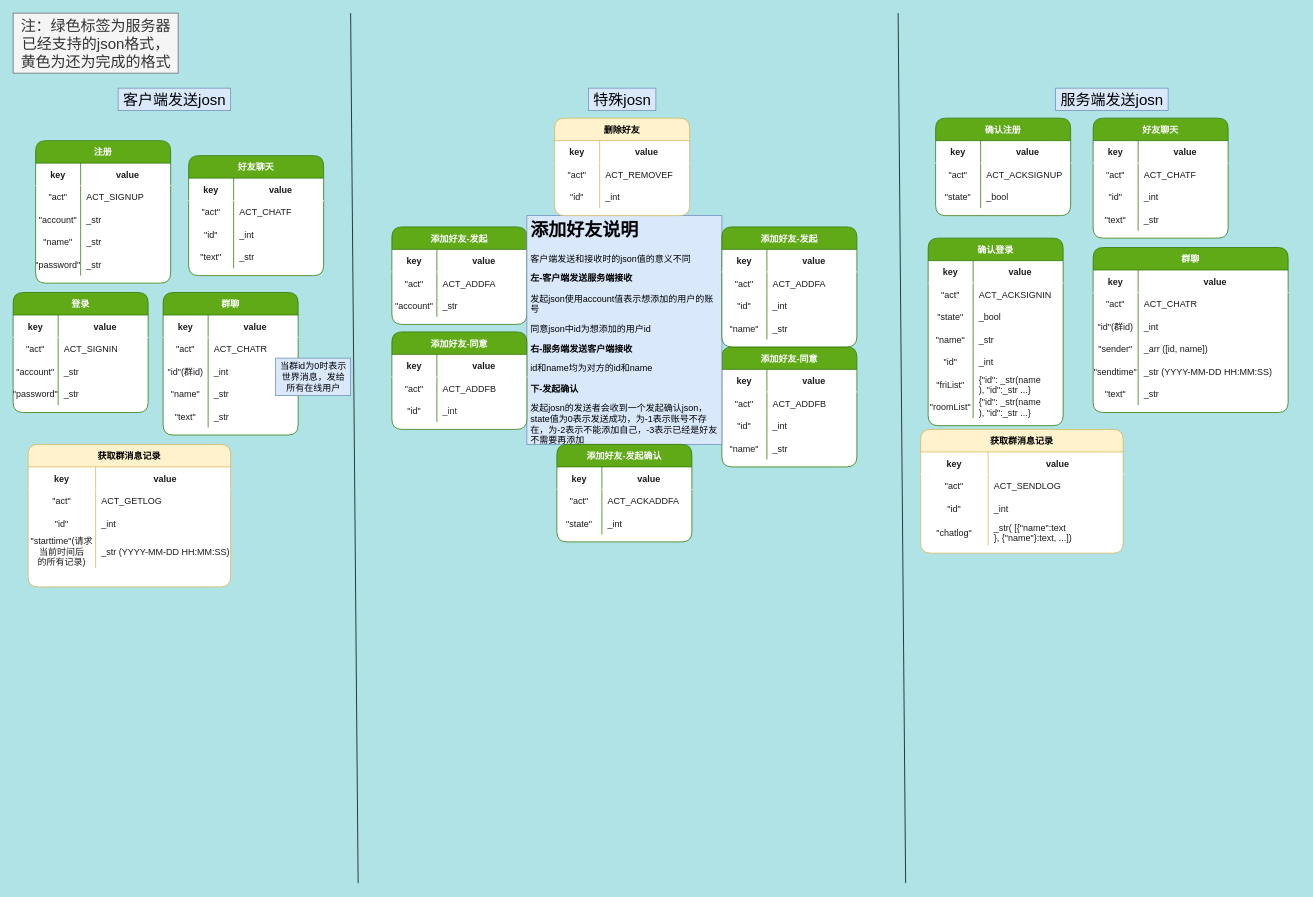
Before: json类型约定.drawio in leo-zhang-git/Gchatpro-file, a draw.io diagram. Source tidied: cells renumbered, new cells numbered last; positions are measured from the earlier drawing's top-left corner, leaving out a move shared by most shapes. Both pictures are drawn from the tidied source at 75%, with x=0, y=0 at pixel (13, 13).
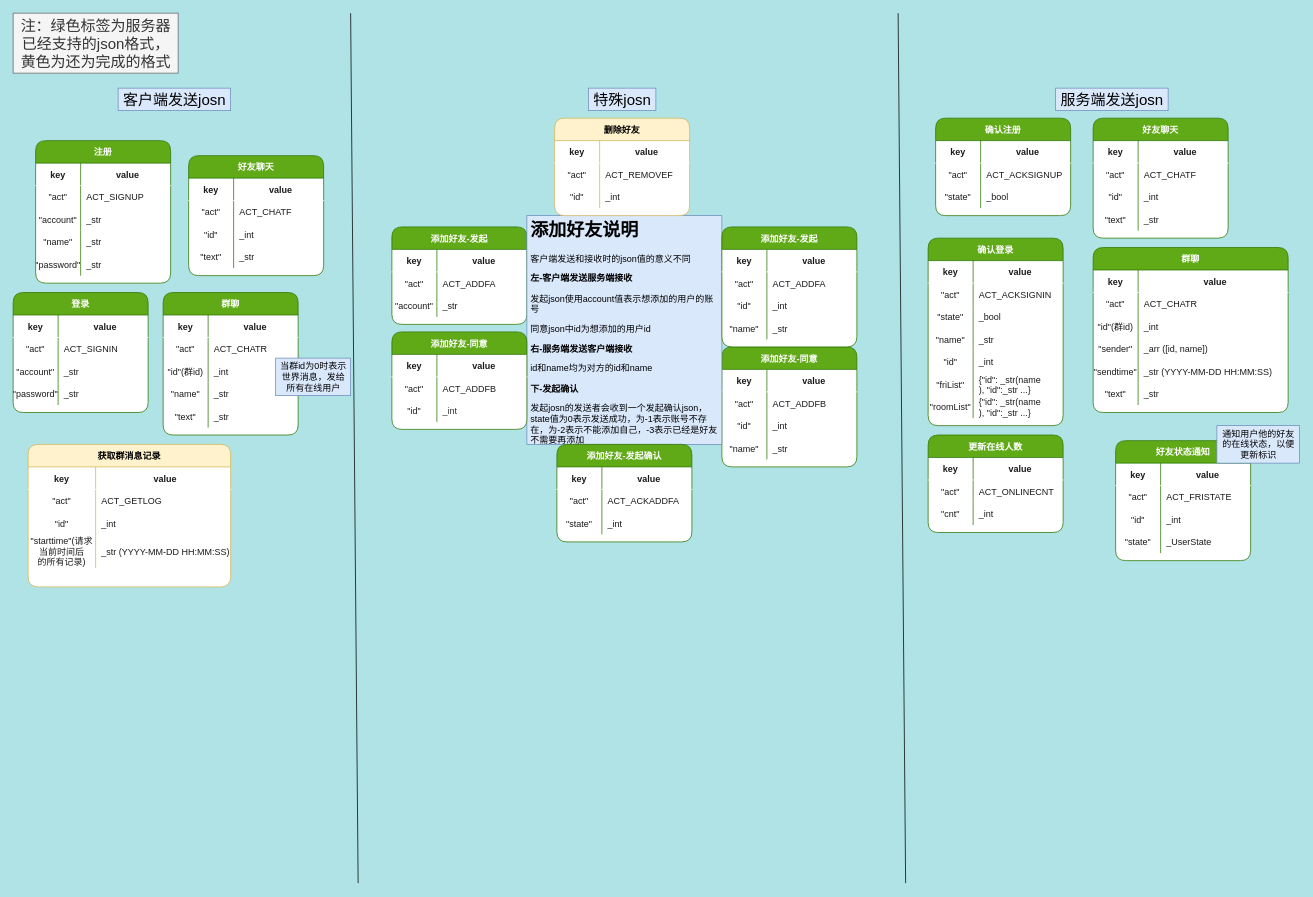
The same page after the edit.

Commit message (it also covers changes not shown here):
添加json在线状态、在线人数

What changed in the source:
```diff
@@
-    <mxCell id="210" value="获取群消息记录" style="shape=table;startSize=30;childLayout=tableLayout;rowLines=0;fontStyle=1;align=center;rounded=1;shadow=0;fillColor=#fff2cc;strokeColor=#d6b656;flipH=1;flipV=0;swimlaneFillColor=default;" parent="1" vertex="1">
-      <mxGeometry x="1210" y="555" width="270" height="165" as="geometry" />
-    </mxCell>
-    <mxCell id="211" style="shape=tableRow;horizontal=0;startSize=0;swimlaneHead=0;swimlaneBody=0;fillColor=none;top=0;left=0;right=0;bottom=1;rounded=1;shadow=0;fontColor=#1A1A1A;strokeColor=#FFFFFF;" parent="210" vertex="1">
-      <mxGeometry y="30" width="270" height="30" as="geometry" />
-    </mxCell>
-    <mxCell id="212" value="key" style="shape=partialRectangle;fillColor=none;top=0;left=0;bottom=0;right=0;fontStyle=1;overflow=hidden;rounded=1;shadow=0;fontColor=#1A1A1A;strokeColor=#FFFFFF;" parent="211" vertex="1">
-      <mxGeometry width="90" height="30" as="geometry" />
-    </mxCell>
-    <mxCell id="213" value="value" style="shape=partialRectangle;fillColor=none;top=0;left=0;bottom=0;right=0;align=center;spacingLeft=6;fontStyle=1;overflow=hidden;rounded=1;shadow=0;fontColor=#1A1A1A;strokeColor=#66FF66;verticalAlign=middle;" parent="211" vertex="1">
-      <mxGeometry x="90" width="180" height="30" as="geometry" />
-    </mxCell>
-    <mxCell id="214" style="shape=tableRow;horizontal=0;startSize=0;swimlaneHead=0;swimlaneBody=0;fillColor=none;top=0;left=0;right=0;bottom=0;rounded=1;shadow=0;fontColor=#1A1A1A;strokeColor=#FFFFFF;" parent="210" vertex="1">
-      <mxGeometry y="60" width="270" height="30" as="geometry" />
-    </mxCell>
-    <mxCell id="215" value="&quot;act&quot;" style="shape=partialRectangle;fillColor=none;top=0;left=0;bottom=0;right=0;overflow=hidden;rounded=1;shadow=0;fontColor=#1A1A1A;strokeColor=#FFFFFF;" parent="214" vertex="1">
-      <mxGeometry width="90" height="30" as="geometry" />
-    </mxCell>
-    <mxCell id="216" value="ACT_SENDLOG" style="shape=partialRectangle;fillColor=none;top=0;left=0;bottom=0;right=0;align=left;spacingLeft=6;overflow=hidden;rounded=1;shadow=0;fontColor=#1A1A1A;strokeColor=#FFFFFF;" parent="214" vertex="1">
-      <mxGeometry x="90" width="180" height="30" as="geometry" />
-    </mxCell>
-    <mxCell id="217" style="shape=tableRow;horizontal=0;startSize=0;swimlaneHead=0;swimlaneBody=0;fillColor=none;top=0;left=0;right=0;bottom=0;rounded=1;shadow=0;fontColor=#1A1A1A;strokeColor=#FFFFFF;" parent="210" vertex="1">
-      <mxGeometry y="90" width="270" height="30" as="geometry" />
-    </mxCell>
+    <mxCell id="223" value="当群id为0时表示&lt;br&gt;世界消息，发给&lt;br&gt;所有在线用户" style="text;html=1;align=center;verticalAlign=middle;strokeColor=#6c8ebf;fillColor=#dae8fc;" parent="1" vertex="1">
+      <mxGeometry x="350" y="460" width="100" height="50" as="geometry" />
+    </mxCell>
+    <mxCell id="224" value="更新在线人数" style="shape=table;startSize=30;childLayout=tableLayout;rowLines=0;fontStyle=1;align=center;rounded=1;shadow=0;fillColor=#60a917;strokeColor=#2D7600;fontColor=#ffffff;flipH=1;flipV=0;gradientColor=none;swimlaneFillColor=default;" parent="1" vertex="1">
+      <mxGeometry x="1220" y="562.5" width="180" height="130" as="geometry" />
+    </mxCell>
+    <mxCell id="225" style="shape=tableRow;horizontal=0;startSize=0;swimlaneHead=0;swimlaneBody=0;fillColor=none;top=0;left=0;right=0;bottom=1;rounded=1;shadow=0;fontColor=#1A1A1A;strokeColor=#FFFFFF;" parent="224" vertex="1">
+      <mxGeometry y="30" width="180" height="30" as="geometry" />
+    </mxCell>
+    <mxCell id="226" value="key" style="shape=partialRectangle;fillColor=none;top=0;left=0;bottom=0;right=0;fontStyle=1;overflow=hidden;rounded=1;shadow=0;fontColor=#1A1A1A;strokeColor=#FFFFFF;" parent="225" vertex="1">
+      <mxGeometry width="60" height="30" as="geometry" />
+    </mxCell>
+    <mxCell id="227" value="value" style="shape=partialRectangle;fillColor=none;top=0;left=0;bottom=0;right=0;align=center;spacingLeft=6;fontStyle=1;overflow=hidden;rounded=1;shadow=0;fontColor=#1A1A1A;strokeColor=#66FF66;verticalAlign=middle;" parent="225" vertex="1">
+      <mxGeometry x="60" width="120" height="30" as="geometry" />
+    </mxCell>
+    <mxCell id="228" style="shape=tableRow;horizontal=0;startSize=0;swimlaneHead=0;swimlaneBody=0;fillColor=none;top=0;left=0;right=0;bottom=0;rounded=1;shadow=0;fontColor=#1A1A1A;strokeColor=#FFFFFF;" parent="224" vertex="1">
+      <mxGeometry y="60" width="180" height="30" as="geometry" />
+    </mxCell>
+    <mxCell id="229" value="&quot;act&quot;" style="shape=partialRectangle;fillColor=none;top=0;left=0;bottom=0;right=0;overflow=hidden;rounded=1;shadow=0;fontColor=#1A1A1A;strokeColor=#FFFFFF;" parent="228" vertex="1">
+      <mxGeometry width="60" height="30" as="geometry" />
+    </mxCell>
+    <mxCell id="230" value="ACT_ONLINECNT" style="shape=partialRectangle;fillColor=none;top=0;left=0;bottom=0;right=0;align=left;spacingLeft=6;overflow=hidden;rounded=1;shadow=0;fontColor=#1A1A1A;strokeColor=#FFFFFF;" parent="228" vertex="1">
+      <mxGeometry x="60" width="120" height="30" as="geometry" />
+    </mxCell>
+    <mxCell id="231" style="shape=tableRow;horizontal=0;startSize=0;swimlaneHead=0;swimlaneBody=0;fillColor=none;top=0;left=0;right=0;bottom=0;rounded=1;shadow=0;fontColor=#1A1A1A;strokeColor=#FFFFFF;" parent="224" vertex="1">
+      <mxGeometry y="90" width="180" height="30" as="geometry" />
+    </mxCell>
+    <mxCell id="232" value="&quot;cnt&quot;" style="shape=partialRectangle;fillColor=none;top=0;left=0;bottom=0;right=0;overflow=hidden;rounded=1;shadow=0;fontColor=#1A1A1A;strokeColor=#FFFFFF;" parent="231" vertex="1">
+      <mxGeometry width="60" height="30" as="geometry" />
+    </mxCell>
+    <mxCell id="233" value="_int" style="shape=partialRectangle;fillColor=none;top=0;left=0;bottom=0;right=0;align=left;spacingLeft=6;overflow=hidden;rounded=1;shadow=0;fontColor=#1A1A1A;strokeColor=#FFFFFF;" parent="231" vertex="1">
+      <mxGeometry x="60" width="120" height="30" as="geometry" />
+    </mxCell>
+    <mxCell id="234" value="好友状态通知" style="shape=table;startSize=30;childLayout=tableLayout;rowLines=0;fontStyle=1;align=center;rounded=1;shadow=0;fillColor=#60a917;strokeColor=#2D7600;fontColor=#ffffff;flipH=1;flipV=0;gradientColor=none;swimlaneFillColor=default;" parent="1" vertex="1">
+      <mxGeometry x="1470" y="570" width="180" height="160" as="geometry" />
+    </mxCell>
+    <mxCell id="235" style="shape=tableRow;horizontal=0;startSize=0;swimlaneHead=0;swimlaneBody=0;fillColor=none;top=0;left=0;right=0;bottom=1;rounded=1;shadow=0;fontColor=#1A1A1A;strokeColor=#FFFFFF;" parent="234" vertex="1">
+      <mxGeometry y="30" width="180" height="30" as="geometry" />
+    </mxCell>
+    <mxCell id="236" value="key" style="shape=partialRectangle;fillColor=none;top=0;left=0;bottom=0;right=0;fontStyle=1;overflow=hidden;rounded=1;shadow=0;fontColor=#1A1A1A;strokeColor=#FFFFFF;" parent="235" vertex="1">
+      <mxGeometry width="60" height="30" as="geometry" />
+    </mxCell>
+    <mxCell id="237" value="value" style="shape=partialRectangle;fillColor=none;top=0;left=0;bottom=0;right=0;align=center;spacingLeft=6;fontStyle=1;overflow=hidden;rounded=1;shadow=0;fontColor=#1A1A1A;strokeColor=#66FF66;verticalAlign=middle;" parent="235" vertex="1">
+      <mxGeometry x="60" width="120" height="30" as="geometry" />
+    </mxCell>
+    <mxCell id="238" style="shape=tableRow;horizontal=0;startSize=0;swimlaneHead=0;swimlaneBody=0;fillColor=none;top=0;left=0;right=0;bottom=0;rounded=1;shadow=0;fontColor=#1A1A1A;strokeColor=#FFFFFF;" parent="234" vertex="1">
+      <mxGeometry y="60" width="180" height="30" as="geometry" />
+    </mxCell>
+    <mxCell id="239" value="&quot;act&quot;" style="shape=partialRectangle;fillColor=none;top=0;left=0;bottom=0;right=0;overflow=hidden;rounded=1;shadow=0;fontColor=#1A1A1A;strokeColor=#FFFFFF;" parent="238" vertex="1">
+      <mxGeometry width="60" height="30" as="geometry" />
+    </mxCell>
+    <mxCell id="240" value="ACT_FRISTATE" style="shape=partialRectangle;fillColor=none;top=0;left=0;bottom=0;right=0;align=left;spacingLeft=6;overflow=hidden;rounded=1;shadow=0;fontColor=#1A1A1A;strokeColor=#FFFFFF;" parent="238" vertex="1">
+      <mxGeometry x="60" width="120" height="30" as="geometry" />
+    </mxCell>
+    <mxCell id="241" style="shape=tableRow;horizontal=0;startSize=0;swimlaneHead=0;swimlaneBody=0;fillColor=none;top=0;left=0;right=0;bottom=0;rounded=1;shadow=0;fontColor=#1A1A1A;strokeColor=#FFFFFF;" parent="234" vertex="1">
+      <mxGeometry y="90" width="180" height="30" as="geometry" />
+    </mxCell>
-    <mxCell id="218" value="&quot;id&quot;" style="shape=partialRectangle;fillColor=none;top=0;left=0;bottom=0;right=0;overflow=hidden;rounded=1;shadow=0;fontColor=#1A1A1A;strokeColor=#FFFFFF;" parent="217" vertex="1">
-      <mxGeometry width="90" height="30" as="geometry" />
+    <mxCell id="218" value="&quot;id&quot;" style="shape=partialRectangle;fillColor=none;top=0;left=0;bottom=0;right=0;overflow=hidden;rounded=1;shadow=0;fontColor=#1A1A1A;strokeColor=#FFFFFF;" parent="241" vertex="1">
+      <mxGeometry width="60" height="30" as="geometry" />
     </mxCell>
-    <mxCell id="219" value="_int" style="shape=partialRectangle;fillColor=none;top=0;left=0;bottom=0;right=0;align=left;spacingLeft=6;overflow=hidden;rounded=1;shadow=0;fontColor=#1A1A1A;strokeColor=#FFFFFF;" parent="217" vertex="1">
-      <mxGeometry x="90" width="180" height="30" as="geometry" />
-    </mxCell>
-    <mxCell id="220" style="shape=tableRow;horizontal=0;startSize=0;swimlaneHead=0;swimlaneBody=0;fillColor=none;top=0;left=0;right=0;bottom=0;rounded=1;shadow=0;fontColor=#1A1A1A;strokeColor=#FFFFFF;" parent="210" vertex="1">
-      <mxGeometry y="120" width="270" height="35" as="geometry" />
-    </mxCell>
-    <mxCell id="221" value="&quot;chatlog&quot;" style="shape=partialRectangle;fillColor=none;top=0;left=0;bottom=0;right=0;overflow=hidden;rounded=1;shadow=0;fontColor=#1A1A1A;strokeColor=#FFFFFF;" parent="220" vertex="1">
-      <mxGeometry width="90" height="35" as="geometry" />
-    </mxCell>
-    <mxCell id="222" value="_str( [{&quot;name&quot;:text&#10;}, {&quot;name&quot;}:text, ...])" style="shape=partialRectangle;fillColor=none;top=0;left=0;bottom=0;right=0;align=left;spacingLeft=6;overflow=hidden;rounded=1;shadow=0;fontColor=#1A1A1A;strokeColor=#FFFFFF;" parent="220" vertex="1">
-      <mxGeometry x="90" width="180" height="35" as="geometry" />
-    </mxCell>
-    <mxCell id="223" value="当群id为0时表示&lt;br&gt;世界消息，发给&lt;br&gt;所有在线用户" style="text;html=1;align=center;verticalAlign=middle;strokeColor=#6c8ebf;fillColor=#dae8fc;" parent="1" vertex="1">
-      <mxGeometry x="350" y="460" width="100" height="50" as="geometry" />
-    </mxCell>
+    <mxCell id="242" value="_int" style="shape=partialRectangle;fillColor=none;top=0;left=0;bottom=0;right=0;align=left;spacingLeft=6;overflow=hidden;rounded=1;shadow=0;fontColor=#1A1A1A;strokeColor=#FFFFFF;" parent="241" vertex="1">
+      <mxGeometry x="60" width="120" height="30" as="geometry" />
+    </mxCell>
+    <mxCell id="243" style="shape=tableRow;horizontal=0;startSize=0;swimlaneHead=0;swimlaneBody=0;fillColor=none;top=0;left=0;right=0;bottom=0;rounded=1;shadow=0;fontColor=#1A1A1A;strokeColor=#FFFFFF;" parent="234" vertex="1">
+      <mxGeometry y="120" width="180" height="30" as="geometry" />
+    </mxCell>
+    <mxCell id="244" value="&quot;state&quot;" style="shape=partialRectangle;fillColor=none;top=0;left=0;bottom=0;right=0;overflow=hidden;rounded=1;shadow=0;fontColor=#1A1A1A;strokeColor=#FFFFFF;" parent="243" vertex="1">
+      <mxGeometry width="60" height="30" as="geometry" />
+    </mxCell>
+    <mxCell id="245" value="_UserState" style="shape=partialRectangle;fillColor=none;top=0;left=0;bottom=0;right=0;align=left;spacingLeft=6;overflow=hidden;rounded=1;shadow=0;fontColor=#1A1A1A;strokeColor=#FFFFFF;" parent="243" vertex="1">
+      <mxGeometry x="60" width="120" height="30" as="geometry" />
+    </mxCell>
+    <mxCell id="246" value="通知用户他的好友&lt;br&gt;的在线状态，以便&lt;br&gt;更新标识" style="text;html=1;align=center;verticalAlign=middle;strokeColor=#6c8ebf;fillColor=#dae8fc;" parent="1" vertex="1">
+      <mxGeometry x="1605" y="550" width="110" height="50" as="geometry" />
+    </mxCell>
```
